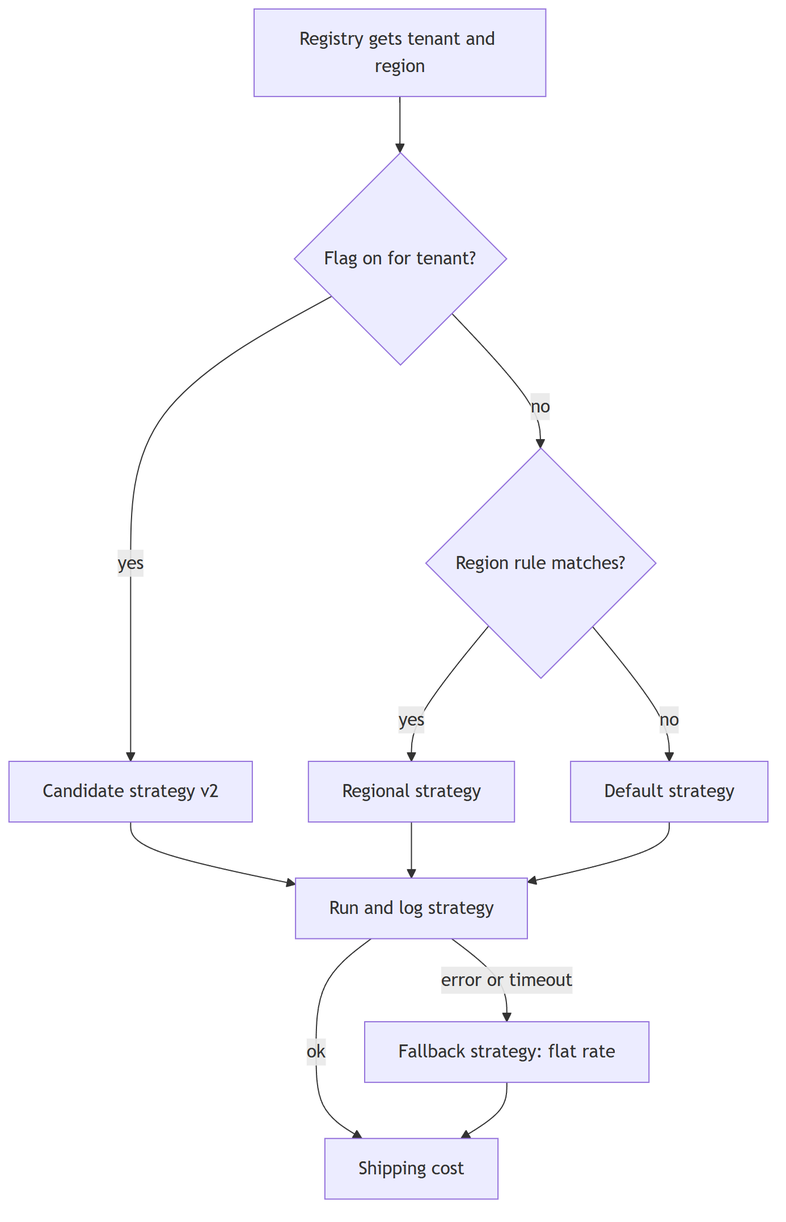
Earlier version of the Mermaid export docs/diagrams/arch-selection.png (enok/design-pattern-strategy). Its source is kept beside it as docs/diagrams/arch-selection.mmd.
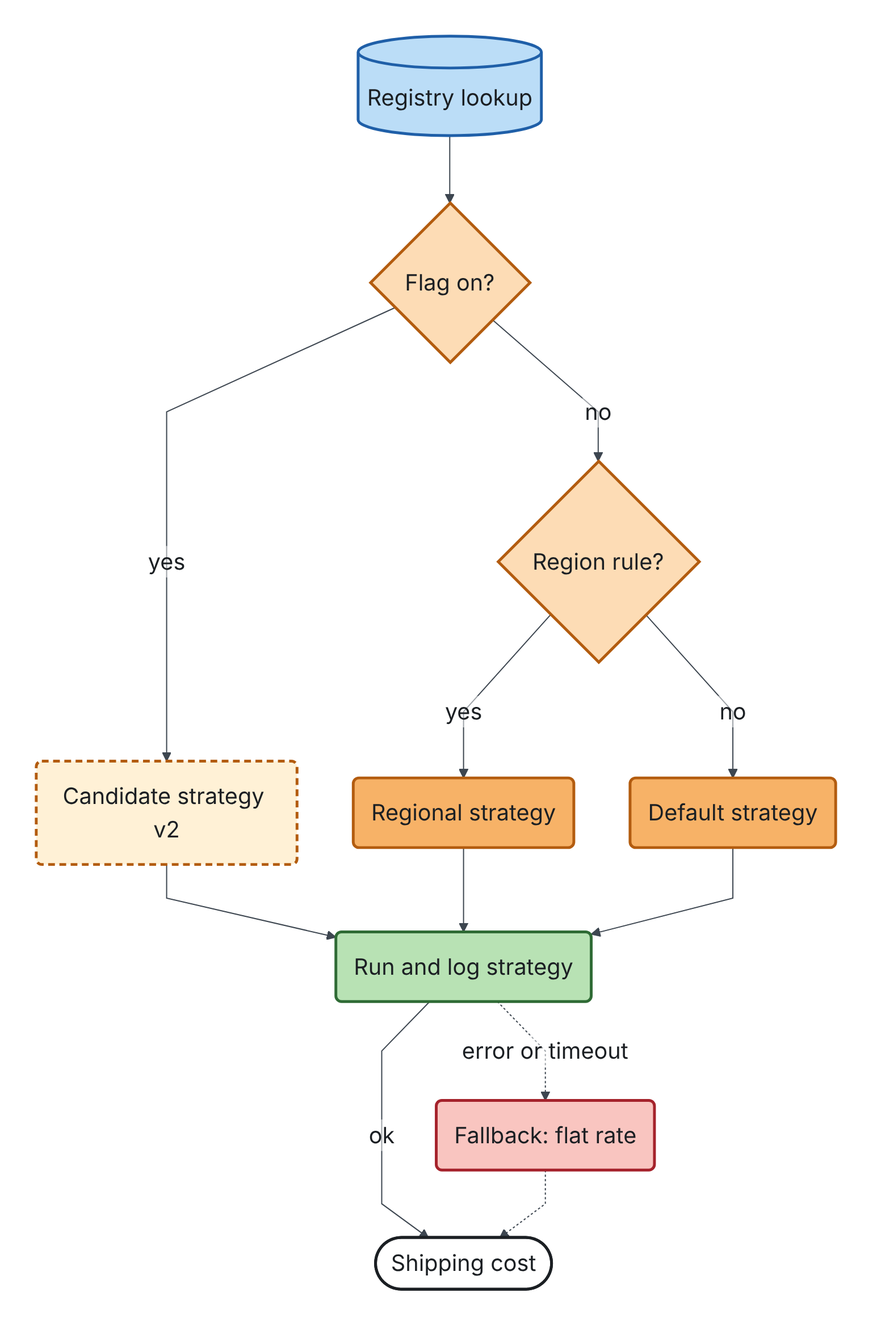
The same file after the commit.

Diff of the diagram source:
```diff
@@ -1,12 +1,28 @@
+%%{init: {"theme": "base", "themeVariables": {"fontFamily": "Inter, Arial, sans-serif", "fontSize": "20px", "background": "#FFFFFF", "primaryColor": "#FFFFFF", "primaryBorderColor": "#1B1F23", "primaryTextColor": "#1B1F23", "secondaryColor": "#FDDCB5", "tertiaryColor": "#F5F7FA", "lineColor": "#3D4650", "textColor": "#1B1F23", "mainBkg": "#FFFFFF", "nodeBorder": "#1B1F23", "clusterBkg": "#F5F7FA", "clusterBorder": "#9AA5B1", "edgeLabelBackground": "#FFFFFF", "noteBkgColor": "#FFF6D6", "noteBorderColor": "#B8860B", "noteTextColor": "#1B1F23", "actorBkg": "#B8E2B4", "actorBorder": "#2F6B35", "actorTextColor": "#1B1F23", "actorLineColor": "#7A8794", "signalColor": "#3D4650", "signalTextColor": "#1B1F23", "labelBoxBkgColor": "#F5F7FA", "labelBoxBorderColor": "#7A8794", "labelTextColor": "#1B1F23", "loopTextColor": "#1B1F23", "activationBkgColor": "#DDEFDB", "activationBorderColor": "#2F6B35", "sequenceNumberColor": "#FFFFFF", "classText": "#1B1F23"}, "flowchart": {"curve": "linear", "nodeSpacing": 50, "rankSpacing": 60, "padding": 16, "htmlLabels": false}, "sequence": {"actorMargin": 50, "messageMargin": 38, "boxMargin": 10, "noteMargin": 10, "mirrorActors": false, "useMaxWidth": false}, "class": {"padding": 12, "htmlLabels": false}, "fontFamily": "Inter, Arial, sans-serif"}}%%
 flowchart TB
-    REG[Registry gets tenant and region] --> FLAG{"Flag on for tenant?"}
-    FLAG -->|yes| NEW[Candidate strategy v2]
-    FLAG -->|no| RULE{"Region rule matches?"}
-    RULE -->|yes| REGIONAL[Regional strategy]
-    RULE -->|no| DFLT[Default strategy]
-    NEW --> RUN[Run and log strategy]
+    REG[("Registry lookup")] --> FLAG{"Flag on?"}
+    FLAG -->|"no"| RULE{"Region rule?"}
+    FLAG -->|"yes"| NEW("Candidate strategy v2")
+    RULE -->|"yes"| REGIONAL("Regional strategy")
+    RULE -->|"no"| DFLT("Default strategy")
+    NEW --> RUN("Run and log strategy")
     REGIONAL --> RUN
     DFLT --> RUN
-    RUN -->|ok| OUT[Shipping cost]
-    RUN -->|error or timeout| FALLBACK["Fallback strategy: flat rate"]
-    FALLBACK --> OUT
+    RUN -->|"ok"| OUT(["Shipping cost"])
+    RUN -.->|"error or timeout"| FALLBACK("Fallback: flat rate")
+    FALLBACK -.-> OUT
+
+    classDef context fill:#B8E2B4,stroke:#2F6B35,stroke-width:2.5px,color:#1B1F23
+    classDef strategy fill:#FDDCB5,stroke:#B35C0F,stroke-width:2.5px,color:#1B1F23
+    classDef concrete fill:#F7B267,stroke:#B35C0F,stroke-width:2.5px,color:#1B1F23
+    classDef adhoc fill:#FFF1D6,stroke:#B35C0F,stroke-width:2.5px,stroke-dasharray:6 4,color:#1B1F23
+    classDef data fill:#BBDDF7,stroke:#1F5FA8,stroke-width:2.5px,color:#1B1F23
+    classDef danger fill:#F9C5C0,stroke:#A5222B,stroke-width:2.5px,color:#1B1F23
+    classDef client fill:#FFFFFF,stroke:#1B1F23,stroke-width:2.5px,color:#1B1F23
+    class REG data;
+    class FLAG,RULE strategy;
+    class NEW adhoc;
+    class REGIONAL,DFLT concrete;
+    class RUN context;
+    class OUT client;
+    class FALLBACK danger;
```
